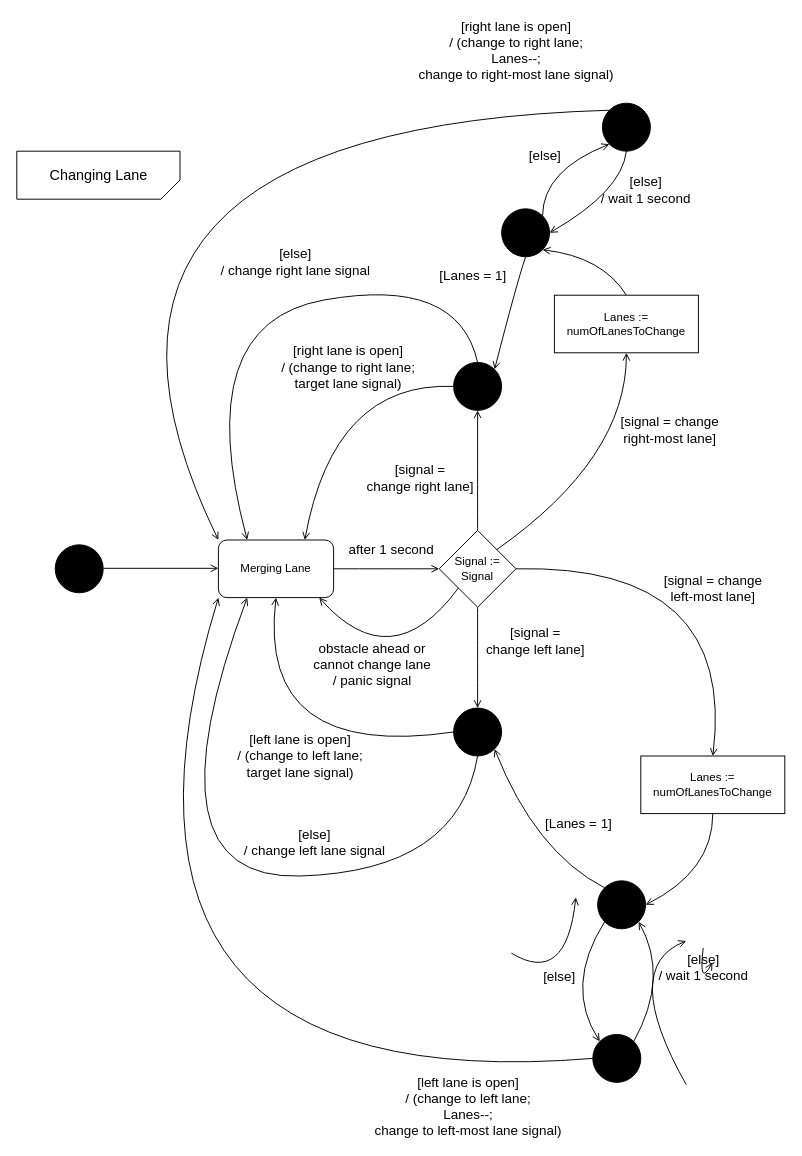
This is page "changing lane" (5 of 5) of state-diagram.drawio from gordonpn/soen331-assignment2, a draw.io file, before an edit. Source tidied: cells renumbered, new cells numbered last; positions are measured from the earlier drawing's top-left corner, leaving out a move shared by most shapes. Both pictures are drawn from the tidied source at 96%, with x=0, y=0 at pixel (16, 16).
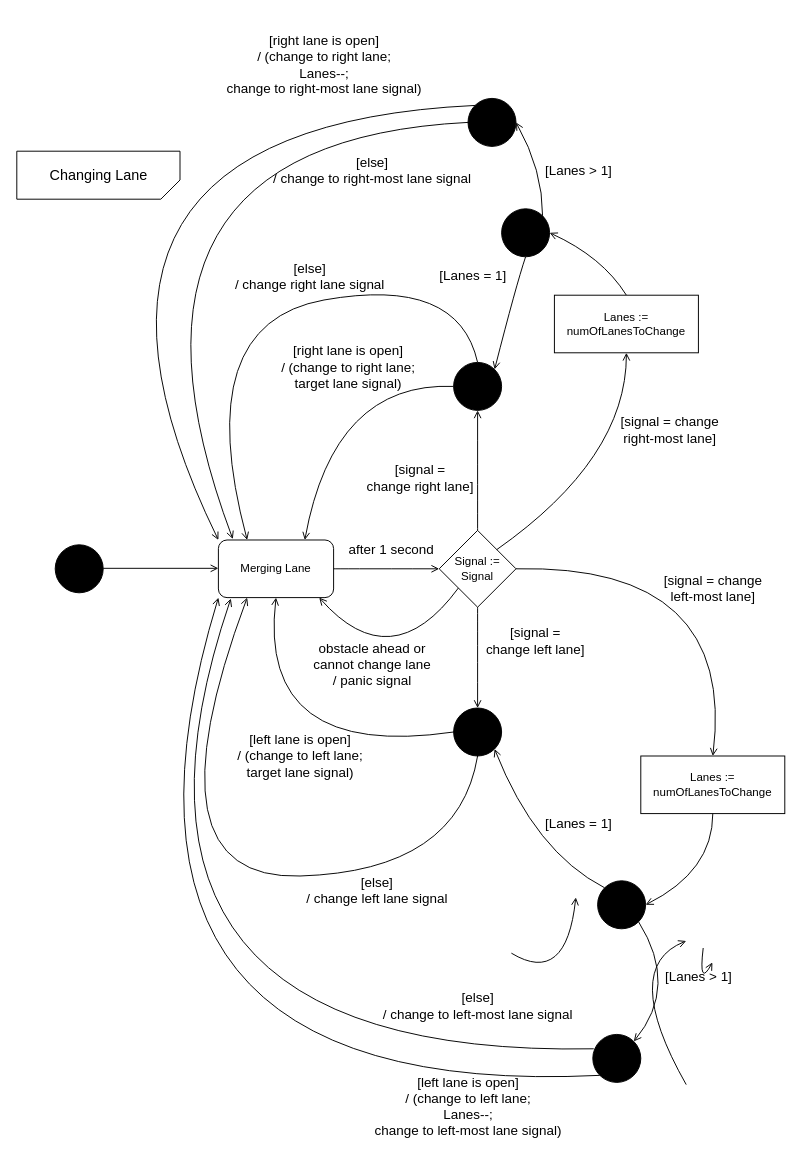
The same page after the edit.

Commit message (it also covers changes not shown here):
- another fix for flow of changing lane sub state - added all transitions for Prolog

Unchanged cells that the change refers to:
```xml
<mxCell id="6" value="Merging Lane" style="rounded=1;whiteSpace=wrap;html=1;shadow=0;strokeColor=#000000;fillColor=#FFFFFF;align=center;" parent="1" vertex="1">
  <mxGeometry x="210" y="545" width="120" height="60" as="geometry" />
</mxCell>
<mxCell id="36" style="ellipse;whiteSpace=wrap;html=1;align=center;fillColor=#000000;" parent="1" vertex="1">
  <mxGeometry x="505" y="200" width="50" height="50" as="geometry" />
</mxCell>
<mxCell id="39" value="Lanes := numOfLanesToChange" style="rounded=0;whiteSpace=wrap;html=1;shadow=0;strokeColor=#000000;fillColor=#FFFFFF;align=center;" parent="1" vertex="1">
  <mxGeometry x="560" y="290" width="150" height="60" as="geometry" />
</mxCell>
<mxCell id="47" style="ellipse;whiteSpace=wrap;html=1;align=center;fillColor=#000000;" parent="1" vertex="1">
  <mxGeometry x="605" y="900" width="50" height="50" as="geometry" />
</mxCell>
<mxCell id="50" style="ellipse;whiteSpace=wrap;html=1;align=center;fillColor=#000000;" parent="1" vertex="1">
  <mxGeometry x="600" y="1060" width="50" height="50" as="geometry" />
</mxCell>
```

Change to the diagram source:
```diff
@@
     <mxCell id="25" value="&lt;span style=&quot;font-size: 14px&quot;&gt;[else]&lt;br&gt;/ change left lane signal&lt;br&gt;&lt;/span&gt;" style="text;html=1;align=center;verticalAlign=middle;" parent="1" vertex="1">
-      <mxGeometry x="230" y="840" width="160" height="40" as="geometry" />
+      <mxGeometry x="295" y="890" width="160" height="40" as="geometry" />
     </mxCell>
@@
     <mxCell id="27" value="&lt;span style=&quot;font-size: 14px&quot;&gt;[else]&lt;br&gt;/ change right lane signal&lt;br&gt;&lt;/span&gt;" style="text;html=1;align=center;verticalAlign=middle;" parent="1" vertex="1">
-      <mxGeometry x="205" y="235" width="170" height="40" as="geometry" />
+      <mxGeometry x="220" y="250" width="170" height="40" as="geometry" />
     </mxCell>
@@
-    <mxCell id="32" value="&lt;span style=&quot;font-size: 14px&quot;&gt;[else]&lt;br&gt;&lt;/span&gt;" style="text;html=1;align=center;verticalAlign=middle;" parent="1" vertex="1">
-      <mxGeometry x="525" y="135" width="50" height="20" as="geometry" />
+    <mxCell id="32" value="&lt;span style=&quot;font-size: 14px&quot;&gt;[Lanes &amp;gt; 1]&lt;br&gt;&lt;/span&gt;" style="text;html=1;align=center;verticalAlign=middle;" parent="1" vertex="1">
+      <mxGeometry x="540" y="150" width="90" height="20" as="geometry" />
     </mxCell>
     <mxCell id="33" style="ellipse;whiteSpace=wrap;html=1;align=center;fillColor=#000000;" parent="1" vertex="1">
-      <mxGeometry x="610" y="90" width="50" height="50" as="geometry" />
+      <mxGeometry x="470" y="85" width="50" height="50" as="geometry" />
     </mxCell>
-    <mxCell id="34" style="curved=1;endArrow=open;html=1;endFill=0;entryX=0;entryY=1;entryDx=0;entryDy=0;exitX=1;exitY=0;exitDx=0;exitDy=0;" parent="1" edge="1" source="36" target="33">
+    <mxCell id="34" style="curved=1;endArrow=open;html=1;endFill=0;entryX=1;entryY=0.5;entryDx=0;entryDy=0;exitX=1;exitY=0;exitDx=0;exitDy=0;" parent="1" edge="1" source="36" target="33">
       <mxGeometry relative="1" as="geometry">
         <Array as="points">
           <mxPoint x="548" y="160" />
         </Array>
       </mxGeometry>
     </mxCell>
     <mxCell id="35" value="&lt;span style=&quot;font-size: 14px&quot;&gt;[right lane is open]&lt;br&gt;/ (change to right lane;&lt;br&gt;Lanes--;&lt;br&gt;change to right-most lane signal)&lt;br&gt;&lt;/span&gt;" style="text;html=1;align=center;verticalAlign=middle;" parent="1" vertex="1">
-      <mxGeometry x="410" width="220" height="70" as="geometry" />
+      <mxGeometry x="210" y="15" width="220" height="70" as="geometry" />
     </mxCell>
@@
-    <mxCell id="37" style="curved=1;endArrow=open;html=1;endFill=0;entryX=1;entryY=1;entryDx=0;entryDy=0;exitX=0.5;exitY=0;exitDx=0;exitDy=0;" parent="1" edge="1" source="39" target="36">
+    <mxCell id="37" style="curved=1;endArrow=open;html=1;endFill=0;entryX=1;entryY=0.5;entryDx=0;entryDy=0;exitX=0.5;exitY=0;exitDx=0;exitDy=0;" parent="1" edge="1" source="39" target="36">
       <mxGeometry relative="1" as="geometry">
         <Array as="points">
           <mxPoint x="610" y="250" />
         </Array>
       </mxGeometry>
     </mxCell>
@@
-    <mxCell id="40" value="&lt;span style=&quot;font-size: 14px&quot;&gt;[else]&lt;br&gt;/ wait 1 second&lt;br&gt;&lt;/span&gt;" style="text;html=1;align=center;verticalAlign=middle;" parent="1" vertex="1">
-      <mxGeometry x="600" y="160" width="110" height="40" as="geometry" />
-    </mxCell>
-    <mxCell id="41" style="curved=1;endArrow=open;html=1;endFill=0;entryX=1;entryY=0.5;entryDx=0;entryDy=0;exitX=0.5;exitY=1;exitDx=0;exitDy=0;" parent="1" edge="1" source="33" target="36">
-      <mxGeometry relative="1" as="geometry">
-        <Array as="points">
-          <mxPoint x="630" y="182" />
-        </Array>
-      </mxGeometry>
-    </mxCell>
@@
-    <mxCell id="51" style="curved=1;endArrow=open;html=1;endFill=0;exitX=0;exitY=1;exitDx=0;exitDy=0;entryX=0;entryY=0;entryDx=0;entryDy=0;" parent="1" edge="1" source="47" target="50">
+    <mxCell id="51" style="curved=1;endArrow=open;html=1;endFill=0;exitX=1;exitY=1;exitDx=0;exitDy=0;entryX=1;entryY=0;entryDx=0;entryDy=0;" parent="1" edge="1" source="47" target="50">
       <mxGeometry relative="1" as="geometry">
         <Array as="points">
-          <mxPoint x="570" y="1010" />
+          <mxPoint x="690" y="1010" />
         </Array>
       </mxGeometry>
     </mxCell>
-    <mxCell id="52" style="curved=1;endArrow=open;html=1;endFill=0;entryX=1;entryY=1;entryDx=0;entryDy=0;exitX=1;exitY=0;exitDx=0;exitDy=0;" parent="1" edge="1" source="50" target="47">
+    <mxCell id="52" style="curved=1;endArrow=open;html=1;endFill=0;entryX=0.108;entryY=1.017;entryDx=0;entryDy=0;exitX=0.02;exitY=0.3;exitDx=0;exitDy=0;entryPerimeter=0;exitPerimeter=0;" parent="1" edge="1" source="50" target="6">
       <mxGeometry relative="1" as="geometry">
         <Array as="points">
-          <mxPoint x="680" y="1000" />
+          <mxPoint x="60" y="1085" />
         </Array>
       </mxGeometry>
     </mxCell>
-    <mxCell id="53" value="&lt;span style=&quot;font-size: 14px&quot;&gt;[else]&lt;br&gt;/ wait 1 second&lt;br&gt;&lt;/span&gt;" style="text;html=1;align=center;verticalAlign=middle;" parent="1" vertex="1">
-      <mxGeometry x="660" y="970" width="110" height="40" as="geometry" />
-    </mxCell>
-    <mxCell id="54" value="&lt;span style=&quot;font-size: 14px&quot;&gt;[else]&lt;br&gt;&lt;/span&gt;" style="text;html=1;align=center;verticalAlign=middle;" parent="1" vertex="1">
-      <mxGeometry x="540" y="990" width="50" height="20" as="geometry" />
+    <mxCell id="54" value="&lt;span style=&quot;font-size: 14px&quot;&gt;[Lanes &amp;gt; 1]&lt;br&gt;&lt;/span&gt;" style="text;html=1;align=center;verticalAlign=middle;" parent="1" vertex="1">
+      <mxGeometry x="665" y="990" width="90" height="20" as="geometry" />
     </mxCell>
-    <mxCell id="55" style="curved=1;endArrow=open;html=1;endFill=0;entryX=0;entryY=1;entryDx=0;entryDy=0;exitX=0;exitY=0.5;exitDx=0;exitDy=0;" parent="1" edge="1" source="50" target="6">
+    <mxCell id="55" style="curved=1;endArrow=open;html=1;endFill=0;entryX=0;entryY=1;entryDx=0;entryDy=0;exitX=0;exitY=1;exitDx=0;exitDy=0;" parent="1" edge="1" source="50" target="6">
       <mxGeometry relative="1" as="geometry">
         <Array as="points">
           <mxPoint x="50" y="1130" />
         </Array>
       </mxGeometry>
     </mxCell>
@@
+    <mxCell id="57" style="curved=1;endArrow=open;html=1;endFill=0;entryX=0.125;entryY=-0.017;entryDx=0;entryDy=0;exitX=0;exitY=0.5;exitDx=0;exitDy=0;entryPerimeter=0;" parent="1" edge="1" source="33" target="6">
+      <mxGeometry relative="1" as="geometry">
+        <Array as="points">
+          <mxPoint x="70" y="130" />
+        </Array>
+      </mxGeometry>
+    </mxCell>
+    <mxCell id="58" value="&lt;span style=&quot;font-size: 14px&quot;&gt;[else]&lt;br&gt;/ change to right-most lane signal&lt;br&gt;&lt;/span&gt;" style="text;html=1;align=center;verticalAlign=middle;" parent="1" vertex="1">
+      <mxGeometry x="260" y="140" width="220" height="40" as="geometry" />
+    </mxCell>
+    <mxCell id="59" value="&lt;span style=&quot;font-size: 14px&quot;&gt;[else]&lt;br&gt;/ change to left-most lane signal&lt;br&gt;&lt;/span&gt;" style="text;html=1;align=center;verticalAlign=middle;" parent="1" vertex="1">
+      <mxGeometry x="375" y="1010" width="210" height="40" as="geometry" />
+    </mxCell>
```
